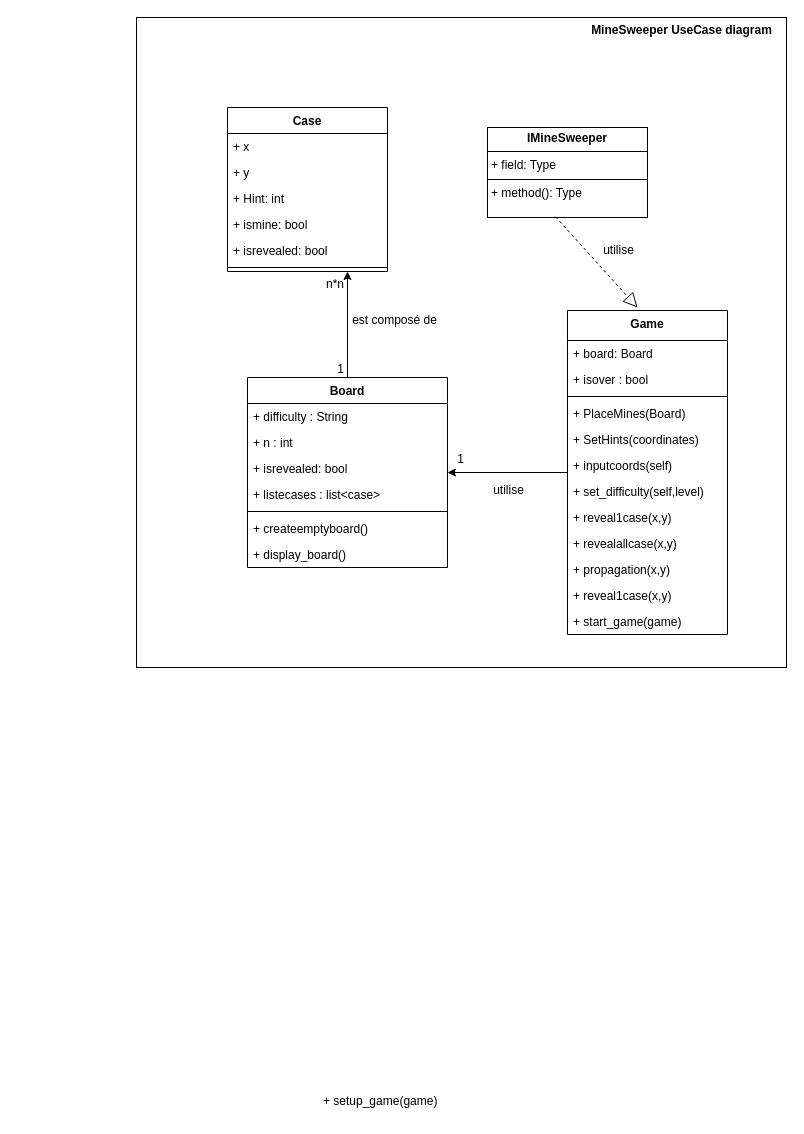
Before: minesweeperclassdiagram.drawio in emilyllg/filrougeEJL, a draw.io diagram. Source tidied: cells renumbered, new cells numbered last; positions are measured from the earlier drawing's top-left corner, leaving out a move shared by most shapes. Both pictures are drawn from the tidied source at 100%, with x=0, y=0 at pixel (17, 17).
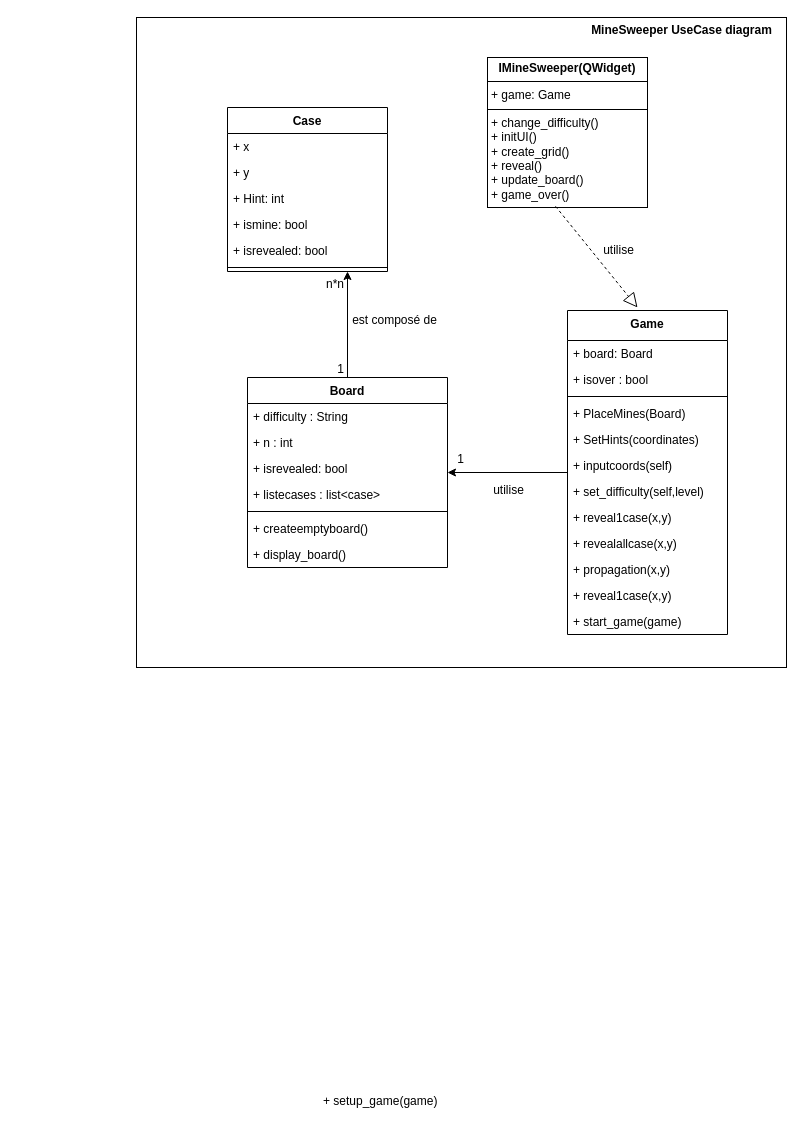
Above is the later version.

Commit message (it also covers changes not shown here):
Mettre à jour minesweeperclassdiagram.drawio

Change to the diagram source:
```diff
@@
-    <mxCell id="38" value="&lt;p style=&quot;margin:0px;margin-top:4px;text-align:center;&quot;&gt;&lt;b&gt;IMineSweeper&lt;/b&gt;&lt;/p&gt;&lt;hr size=&quot;1&quot; style=&quot;border-style:solid;&quot;&gt;&lt;p style=&quot;margin:0px;margin-left:4px;&quot;&gt;+ field: Type&lt;/p&gt;&lt;hr size=&quot;1&quot; style=&quot;border-style:solid;&quot;&gt;&lt;p style=&quot;margin:0px;margin-left:4px;&quot;&gt;+ method(): Type&lt;/p&gt;" style="verticalAlign=top;align=left;overflow=fill;html=1;whiteSpace=wrap;labelBackgroundColor=none;rounded=0;" parent="1" vertex="1">
-      <mxGeometry x="470" y="110" width="160" height="90" as="geometry" />
+    <mxCell id="38" value="&lt;p style=&quot;margin:0px;margin-top:4px;text-align:center;&quot;&gt;&lt;b&gt;IMineSweeper(QWidget)&lt;/b&gt;&lt;/p&gt;&lt;hr size=&quot;1&quot; style=&quot;border-style:solid;&quot;&gt;&lt;p style=&quot;margin:0px;margin-left:4px;&quot;&gt;+ game: Game&lt;/p&gt;&lt;hr size=&quot;1&quot; style=&quot;border-style:solid;&quot;&gt;&lt;p style=&quot;margin:0px;margin-left:4px;&quot;&gt;+ change_difficulty()&lt;/p&gt;&lt;p style=&quot;margin:0px;margin-left:4px;&quot;&gt;+ initUI()&lt;/p&gt;&lt;p style=&quot;margin:0px;margin-left:4px;&quot;&gt;+ create_grid()&lt;/p&gt;&lt;p style=&quot;margin:0px;margin-left:4px;&quot;&gt;+ reveal()&lt;/p&gt;&lt;p style=&quot;margin:0px;margin-left:4px;&quot;&gt;+ update_board()&lt;/p&gt;&lt;p style=&quot;margin:0px;margin-left:4px;&quot;&gt;+ game_over()&lt;/p&gt;" style="verticalAlign=top;align=left;overflow=fill;html=1;whiteSpace=wrap;labelBackgroundColor=none;rounded=0;" parent="1" vertex="1">
+      <mxGeometry x="470" y="40" width="160" height="150" as="geometry" />
     </mxCell>
```
